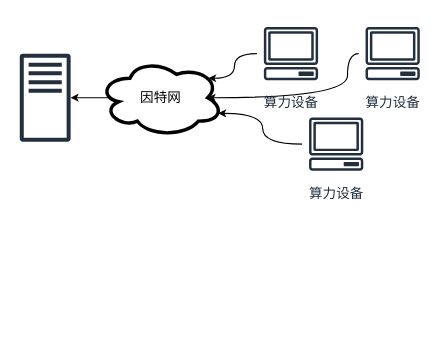
Before: system_component.drawio in foreignbill/drawio, a draw.io diagram. Source tidied: cells renumbered, new cells numbered last; positions are measured from the earlier drawing's top-left corner, leaving out a move shared by most shapes. Both pictures are drawn from the tidied source at 113%, with x=0, y=0 at pixel (19, 19).
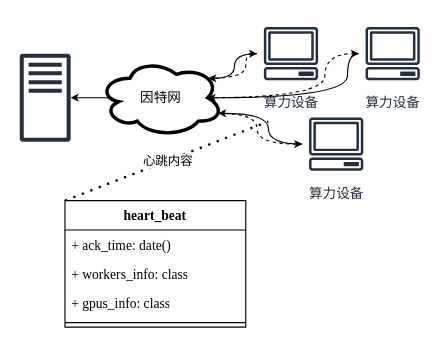
The same diagram, later.

Change to the diagram source:
```diff
@@
-    <mxCell id="2" style="sketch=0;outlineConnect=0;fontColor=#232F3E;gradientColor=none;fillColor=#232F3D;strokeColor=none;dashed=0;verticalLabelPosition=bottom;verticalAlign=top;align=center;html=1;fontSize=12;fontStyle=0;shape=mxgraph.aws4.traditional_server;fontFamily=Times New Roman;" parent="1" vertex="1">
+    <mxCell id="2" style="sketch=0;outlineConnect=0;fontColor=#232F3E;gradientColor=none;fillColor=#232F3D;strokeColor=none;dashed=0;verticalLabelPosition=bottom;verticalAlign=top;align=center;html=1;fontSize=12;fontStyle=0;shape=mxgraph.aws4.traditional_server;fontFamily=Fangsong;" parent="1" vertex="1">
       <mxGeometry y="30" width="45" height="78" as="geometry" />
     </mxCell>
-    <mxCell id="3" style="edgeStyle=orthogonalEdgeStyle;rounded=0;jettySize=auto;html=1;entryX=0.875;entryY=0.5;entryDx=0;entryDy=0;entryPerimeter=0;fontFamily=Times New Roman;curved=1;endSize=4;startSize=4;" parent="1" edge="1" source="4" target="10">
+    <mxCell id="3" style="edgeStyle=orthogonalEdgeStyle;rounded=0;jettySize=auto;html=1;entryX=0.875;entryY=0.5;entryDx=0;entryDy=0;entryPerimeter=0;fontFamily=Fangsong;curved=1;endSize=4;startSize=4;" parent="1" edge="1" source="4" target="10">
       <mxGeometry relative="1" as="geometry">
         <Array as="points">
           <mxPoint x="290" y="30" />
           <mxPoint x="290" y="69" />
         </Array>
       </mxGeometry>
     </mxCell>
-    <mxCell id="4" value="算力设备" style="sketch=0;outlineConnect=0;fontColor=#232F3E;gradientColor=none;strokeColor=#232F3E;fillColor=#ffffff;dashed=0;verticalLabelPosition=bottom;verticalAlign=top;align=center;html=1;fontSize=12;fontStyle=0;shape=mxgraph.aws4.resourceIcon;resIcon=mxgraph.aws4.client;fontFamily=Times New Roman;" parent="1" vertex="1">
+    <mxCell id="4" value="算力设备" style="sketch=0;outlineConnect=0;fontColor=#232F3E;gradientColor=none;strokeColor=#232F3E;fillColor=#ffffff;dashed=0;verticalLabelPosition=bottom;verticalAlign=top;align=center;html=1;fontSize=12;fontStyle=0;shape=mxgraph.aws4.resourceIcon;resIcon=mxgraph.aws4.client;fontFamily=Fangsong;" parent="1" vertex="1">
       <mxGeometry x="300" width="60" height="60" as="geometry" />
     </mxCell>
-    <mxCell id="5" style="edgeStyle=orthogonalEdgeStyle;rounded=0;jettySize=auto;html=1;entryX=0.96;entryY=0.7;entryDx=0;entryDy=0;entryPerimeter=0;fontFamily=Times New Roman;curved=1;endSize=4;startSize=4;" parent="1" edge="1" source="6" target="10">
-      <mxGeometry relative="1" as="geometry" />
+    <mxCell id="5" style="edgeStyle=orthogonalEdgeStyle;rounded=0;jettySize=auto;html=1;entryX=0.96;entryY=0.7;entryDx=0;entryDy=0;entryPerimeter=0;fontFamily=Fangsong;curved=1;endSize=4;startSize=4;" parent="1" edge="1" source="6" target="10">
+      <mxGeometry relative="1" as="geometry">
+        <Array as="points">
+          <mxPoint x="220" y="110" />
+          <mxPoint x="220" y="83" />
+        </Array>
+      </mxGeometry>
     </mxCell>
-    <mxCell id="6" value="算力设备" style="sketch=0;outlineConnect=0;fontColor=#232F3E;gradientColor=none;strokeColor=#232F3E;fillColor=#ffffff;dashed=0;verticalLabelPosition=bottom;verticalAlign=top;align=center;html=1;fontSize=12;fontStyle=0;shape=mxgraph.aws4.resourceIcon;resIcon=mxgraph.aws4.client;fontFamily=Times New Roman;" parent="1" vertex="1">
+    <mxCell id="6" value="算力设备" style="sketch=0;outlineConnect=0;fontColor=#232F3E;gradientColor=none;strokeColor=#232F3E;fillColor=#ffffff;dashed=0;verticalLabelPosition=bottom;verticalAlign=top;align=center;html=1;fontSize=12;fontStyle=0;shape=mxgraph.aws4.resourceIcon;resIcon=mxgraph.aws4.client;fontFamily=Fangsong;" parent="1" vertex="1">
       <mxGeometry x="250" y="80" width="60" height="60" as="geometry" />
     </mxCell>
-    <mxCell id="7" style="edgeStyle=orthogonalEdgeStyle;rounded=0;jettySize=auto;html=1;entryX=0.88;entryY=0.25;entryDx=0;entryDy=0;entryPerimeter=0;fontFamily=Times New Roman;curved=1;endSize=4;startSize=4;" parent="1" edge="1" source="8" target="10">
+    <mxCell id="7" style="edgeStyle=orthogonalEdgeStyle;rounded=0;jettySize=auto;html=1;entryX=0.88;entryY=0.25;entryDx=0;entryDy=0;entryPerimeter=0;fontFamily=Fangsong;curved=1;endSize=4;startSize=4;" parent="1" edge="1" source="8" target="10">
       <mxGeometry relative="1" as="geometry" />
     </mxCell>
-    <mxCell id="8" value="算力设备" style="sketch=0;outlineConnect=0;fontColor=#232F3E;gradientColor=none;strokeColor=#232F3E;fillColor=#ffffff;dashed=0;verticalLabelPosition=bottom;verticalAlign=top;align=center;html=1;fontSize=12;fontStyle=0;shape=mxgraph.aws4.resourceIcon;resIcon=mxgraph.aws4.client;fontFamily=Times New Roman;" parent="1" vertex="1">
+    <mxCell id="8" value="算力设备" style="sketch=0;outlineConnect=0;fontColor=#232F3E;gradientColor=none;strokeColor=#232F3E;fillColor=#ffffff;dashed=0;verticalLabelPosition=bottom;verticalAlign=top;align=center;html=1;fontSize=12;fontStyle=0;shape=mxgraph.aws4.resourceIcon;resIcon=mxgraph.aws4.client;fontFamily=Fangsong;" parent="1" vertex="1">
       <mxGeometry x="210" width="60" height="60" as="geometry" />
     </mxCell>
-    <mxCell id="9" style="edgeStyle=orthogonalEdgeStyle;rounded=0;jettySize=auto;html=1;fontFamily=Times New Roman;curved=1;endSize=4;startSize=4;exitX=0.091;exitY=0.5;exitDx=0;exitDy=0;exitPerimeter=0;" parent="1" edge="1" source="10" target="2">
+    <mxCell id="9" style="edgeStyle=orthogonalEdgeStyle;rounded=0;jettySize=auto;html=1;fontFamily=Fangsong;curved=1;endSize=4;startSize=4;exitX=0.091;exitY=0.5;exitDx=0;exitDy=0;exitPerimeter=0;" parent="1" edge="1" source="10" target="2">
       <mxGeometry relative="1" as="geometry" />
     </mxCell>
+    <mxCell id="11" style="edgeStyle=orthogonalEdgeStyle;rounded=0;jettySize=auto;html=1;exitX=0.875;exitY=0.5;exitDx=0;exitDy=0;exitPerimeter=0;curved=1;dashed=1;endSize=4;startSize=4;fontFamily=Fangsong;" parent="1" edge="1" source="10" target="4">
+      <mxGeometry relative="1" as="geometry">
+        <Array as="points">
+          <mxPoint x="270" y="69" />
+          <mxPoint x="270" y="30" />
+        </Array>
+      </mxGeometry>
+    </mxCell>
+    <mxCell id="12" style="edgeStyle=orthogonalEdgeStyle;rounded=0;jettySize=auto;html=1;exitX=0.96;exitY=0.7;exitDx=0;exitDy=0;exitPerimeter=0;curved=1;dashed=1;startSize=4;endSize=4;fontFamily=Fangsong;" parent="1" edge="1" source="10" target="6">
+      <mxGeometry relative="1" as="geometry">
+        <Array as="points">
+          <mxPoint x="210" y="83" />
+          <mxPoint x="210" y="110" />
+        </Array>
+      </mxGeometry>
+    </mxCell>
+    <mxCell id="13" style="edgeStyle=orthogonalEdgeStyle;rounded=0;jettySize=auto;html=1;exitX=0.88;exitY=0.25;exitDx=0;exitDy=0;exitPerimeter=0;curved=1;dashed=1;endSize=4;startSize=4;fontFamily=Fangsong;" parent="1" edge="1" source="10" target="8">
+      <mxGeometry relative="1" as="geometry" />
+    </mxCell>
-    <mxCell id="10" value="因特网" style="ellipse;shape=cloud;whiteSpace=wrap;html=1;strokeWidth=3;fontFamily=Times New Roman;" parent="1" vertex="1">
+    <mxCell id="10" value="因特网" style="ellipse;shape=cloud;whiteSpace=wrap;html=1;strokeWidth=3;fontFamily=Fangsong;" parent="1" vertex="1">
       <mxGeometry x="70" y="34.5" width="110" height="69" as="geometry" />
     </mxCell>
+    <mxCell id="14" style="endArrow=none;dashed=1;html=1;dashPattern=1 3;strokeWidth=2;rounded=0;fontFamily=Fangsong;" parent="1" edge="1">
+      <mxGeometry relative="1" as="geometry">
+        <mxPoint x="40" y="160" as="sourcePoint" />
+        <mxPoint x="220" y="90" as="targetPoint" />
+      </mxGeometry>
+    </mxCell>
+    <mxCell id="15" value="心跳内容" style="edgeLabel;html=1;align=center;verticalAlign=middle;fontFamily=Fangsong;" parent="14" vertex="1">
+      <mxGeometry relative="1" as="geometry" />
+    </mxCell>
+    <mxCell id="16" value="heart_beat" style="swimlane;fontStyle=1;align=center;verticalAlign=top;horizontal=1;startSize=26;whiteSpace=wrap;html=1;fontFamily=Times New Roman;" parent="1" vertex="1">
+      <mxGeometry x="40" y="160" width="160" height="112" as="geometry" />
+    </mxCell>
+    <mxCell id="17" value="+ ack_time: date()" style="text;strokeColor=none;fillColor=none;align=left;verticalAlign=top;spacingLeft=4;spacingRight=4;overflow=hidden;whiteSpace=wrap;html=1;fontFamily=Times New Roman;" parent="16" vertex="1">
+      <mxGeometry y="26" width="160" height="26" as="geometry" />
+    </mxCell>
+    <mxCell id="18" value="+ workers_info: class" style="text;strokeColor=none;fillColor=none;align=left;verticalAlign=top;spacingLeft=4;spacingRight=4;overflow=hidden;whiteSpace=wrap;html=1;fontFamily=Times New Roman;" parent="16" vertex="1">
+      <mxGeometry y="52" width="160" height="26" as="geometry" />
+    </mxCell>
+    <mxCell id="19" value="+ gpus_info: class" style="text;strokeColor=none;fillColor=none;align=left;verticalAlign=top;spacingLeft=4;spacingRight=4;overflow=hidden;whiteSpace=wrap;html=1;fontFamily=Times New Roman;" parent="16" vertex="1">
+      <mxGeometry y="78" width="160" height="26" as="geometry" />
+    </mxCell>
+    <mxCell id="20" style="line;strokeWidth=1;fillColor=none;align=left;verticalAlign=middle;spacingTop=-1;spacingLeft=3;spacingRight=3;labelPosition=right;strokeColor=inherit;fontFamily=Fangsong;" parent="16" vertex="1">
+      <mxGeometry y="104" width="160" height="8" as="geometry" />
+    </mxCell>
```
